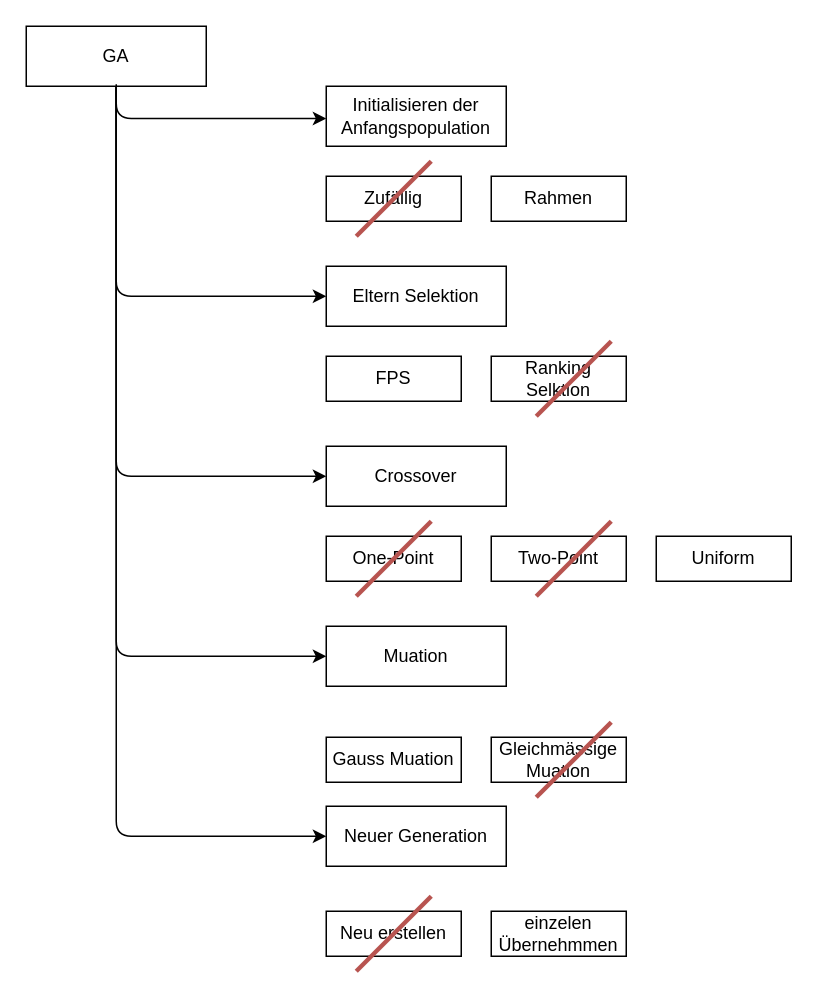
Above: doku/sonstige/Ga_Methoden.drawio in OgLocGreen/Genetic_Algorithm (draw.io), before the change. Source tidied: cells renumbered, new cells numbered last; positions are measured from the earlier drawing's top-left corner, leaving out a move shared by most shapes. Both pictures are drawn from the tidied source at 150%, with x=0, y=0 at pixel (26, 26).
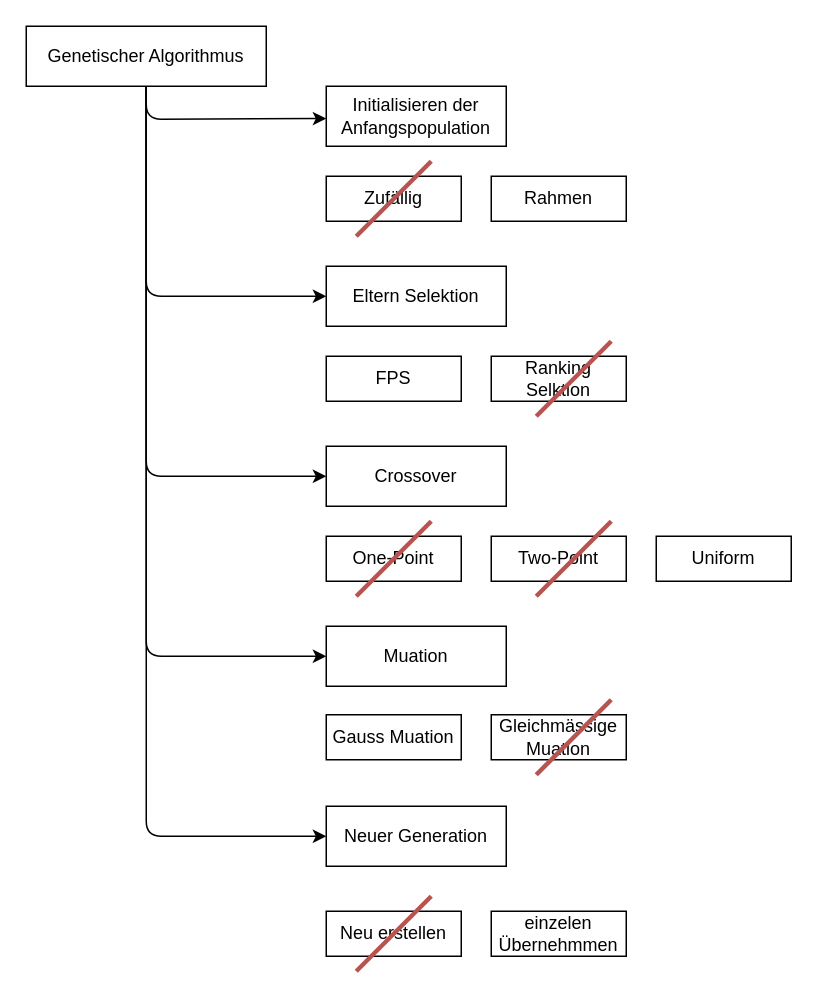
After the change.

The change refers to these unchanged cells:
```xml
<mxCell id="2" value="Eltern Selektion" style="rounded=0;whiteSpace=wrap;html=1;" parent="1" vertex="1">
  <mxGeometry x="200" y="160" width="120" height="40" as="geometry" />
</mxCell>
<mxCell id="5" value="&lt;div&gt;Crossover&lt;/div&gt;" style="rounded=0;whiteSpace=wrap;html=1;" parent="1" vertex="1">
  <mxGeometry x="200" y="280" width="120" height="40" as="geometry" />
</mxCell>
```

Change to the diagram source:
```diff
@@
-    <mxCell id="3" value="&lt;div&gt;GA&lt;/div&gt;" style="rounded=0;whiteSpace=wrap;html=1;" parent="1" vertex="1">
-      <mxGeometry width="120" height="40" as="geometry" />
+    <mxCell id="3" value="&lt;div&gt;Genetischer Algorithmus&lt;br&gt;&lt;/div&gt;" style="rounded=0;whiteSpace=wrap;html=1;" parent="1" vertex="1">
+      <mxGeometry width="160" height="40" as="geometry" />
     </mxCell>
@@
     <mxCell id="15" value="Gleichmässige Muation" style="rounded=0;whiteSpace=wrap;html=1;" parent="1" vertex="1">
-      <mxGeometry x="310" y="474" width="90" height="30" as="geometry" />
+      <mxGeometry x="310" y="459" width="90" height="30" as="geometry" />
     </mxCell>
@@
-    <mxCell id="18" style="endArrow=classic;html=1;entryX=0;entryY=0.5;entryDx=0;entryDy=0;" parent="1" edge="1" target="5">
+    <mxCell id="18" style="endArrow=classic;html=1;entryX=0;entryY=0.5;entryDx=0;entryDy=0;exitX=0.5;exitY=1;exitDx=0;exitDy=0;" parent="1" edge="1" source="3" target="5">
       <mxGeometry relative="1" as="geometry">
-        <mxPoint x="60" y="40" as="sourcePoint" />
         <Array as="points">
-          <mxPoint x="60" y="300" />
+          <mxPoint x="80" y="300" />
         </Array>
       </mxGeometry>
     </mxCell>
-    <mxCell id="19" style="endArrow=classic;html=1;entryX=0;entryY=0.5;entryDx=0;entryDy=0;" parent="1" edge="1" target="2">
+    <mxCell id="19" style="endArrow=classic;html=1;entryX=0;entryY=0.5;entryDx=0;entryDy=0;exitX=0.5;exitY=1;exitDx=0;exitDy=0;" parent="1" edge="1" source="3" target="2">
       <mxGeometry relative="1" as="geometry">
-        <mxPoint x="60" y="38.6" as="sourcePoint" />
         <Array as="points">
-          <mxPoint x="60" y="180" />
+          <mxPoint x="80" y="180" />
         </Array>
       </mxGeometry>
     </mxCell>
-    <mxCell id="20" style="endArrow=classic;html=1;entryX=0;entryY=0.5;entryDx=0;entryDy=0;" parent="1" edge="1">
+    <mxCell id="20" style="endArrow=classic;html=1;entryX=0;entryY=0.5;entryDx=0;entryDy=0;exitX=0.5;exitY=1;exitDx=0;exitDy=0;" parent="1" edge="1" source="3">
       <mxGeometry relative="1" as="geometry">
-        <mxPoint x="60" y="40" as="sourcePoint" />
         <mxPoint x="200" y="61.5" as="targetPoint" />
         <Array as="points">
-          <mxPoint x="60" y="61.5" />
+          <mxPoint x="80" y="62" />
         </Array>
       </mxGeometry>
     </mxCell>
-    <mxCell id="21" style="endArrow=classic;html=1;entryX=0;entryY=0.5;entryDx=0;entryDy=0;" parent="1" edge="1">
+    <mxCell id="21" style="endArrow=classic;html=1;entryX=0;entryY=0.5;entryDx=0;entryDy=0;exitX=0.5;exitY=1;exitDx=0;exitDy=0;" parent="1" edge="1" source="3">
       <mxGeometry relative="1" as="geometry">
-        <mxPoint x="60" y="40" as="sourcePoint" />
         <mxPoint x="200" y="420" as="targetPoint" />
         <Array as="points">
-          <mxPoint x="60" y="420" />
+          <mxPoint x="80" y="420" />
         </Array>
       </mxGeometry>
     </mxCell>
     <mxCell id="22" style="endArrow=classic;html=1;entryX=0;entryY=0.5;entryDx=0;entryDy=0;exitX=0.5;exitY=1;exitDx=0;exitDy=0;" parent="1" edge="1" source="3">
       <mxGeometry relative="1" as="geometry">
         <mxPoint x="200" y="540" as="targetPoint" />
         <Array as="points">
-          <mxPoint x="60" y="540" />
+          <mxPoint x="80" y="540" />
         </Array>
       </mxGeometry>
     </mxCell>
@@
     <mxCell id="28" value="Gauss Muation" style="rounded=0;whiteSpace=wrap;html=1;" parent="1" vertex="1">
-      <mxGeometry x="200" y="474" width="90" height="30" as="geometry" />
+      <mxGeometry x="200" y="459" width="90" height="30" as="geometry" />
     </mxCell>
     <mxCell id="29" style="endArrow=none;html=1;strokeWidth=3;fillColor=#f8cecc;strokeColor=#b85450;" parent="1" edge="1">
       <mxGeometry relative="1" as="geometry">
-        <mxPoint x="340" y="514" as="sourcePoint" />
-        <mxPoint x="390" y="464" as="targetPoint" />
+        <mxPoint x="340" y="499" as="sourcePoint" />
+        <mxPoint x="390" y="449" as="targetPoint" />
       </mxGeometry>
     </mxCell>
```
